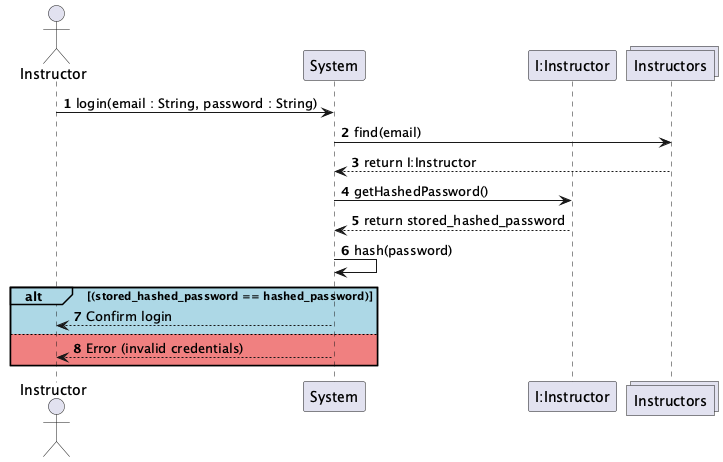
The PlantUML diagram UML-Diagrams/Interaction/Instructor/Instructor-Interactions_001.png in vibqetowi/soen-342-project, before a commit.
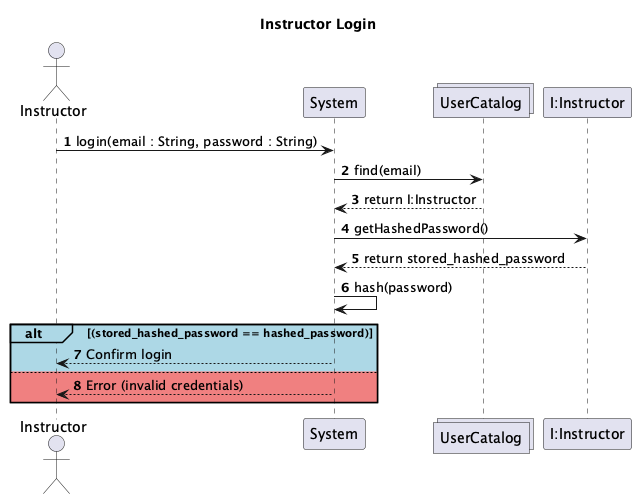
The same file after the commit.

What changed in the source:
```diff
@@ -1,14 +1,16 @@
 @startuml
 actor Instructor
 participant System
+collections UserCatalog
 participant "I:Instructor"
-collections Instructors
+
+title Instructor Login
 
 autonumber
 
 Instructor -> System : login(email : String, password : String)
-System -> Instructors : find(email)
-Instructors --> System : return I:Instructor
+System -> UserCatalog : find(email)
+UserCatalog --> System : return I:Instructor
 
 System -> "I:Instructor" : getHashedPassword()
 "I:Instructor" --> System : return stored_hashed_password
```
